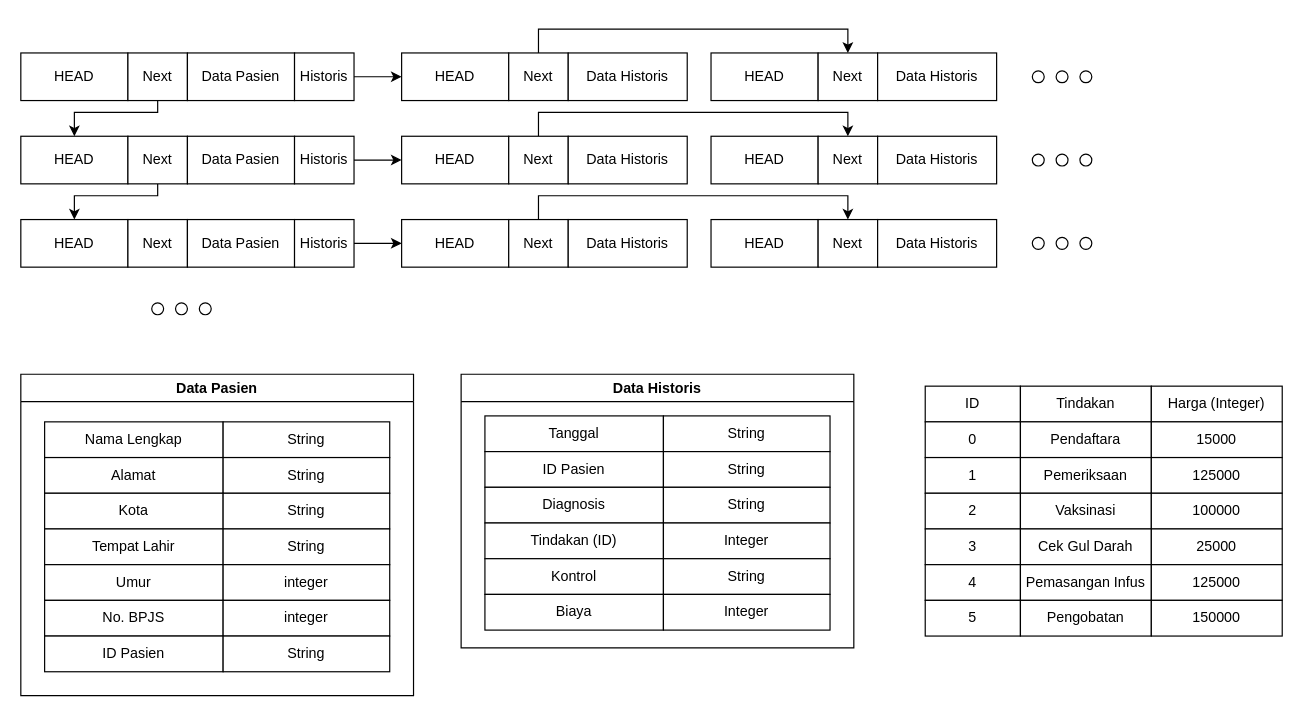
The draw.io diagram doc/Drawio/Data.drawio in farhan-sw/EL2008-TUBES-KELAS-PMC, before the edit. Source tidied: cells renumbered, new cells numbered last; positions are measured from the earlier drawing's top-left corner, leaving out a move shared by most shapes. Both pictures are drawn from the tidied source at 119%, with x=0, y=0 at pixel (20, 52).
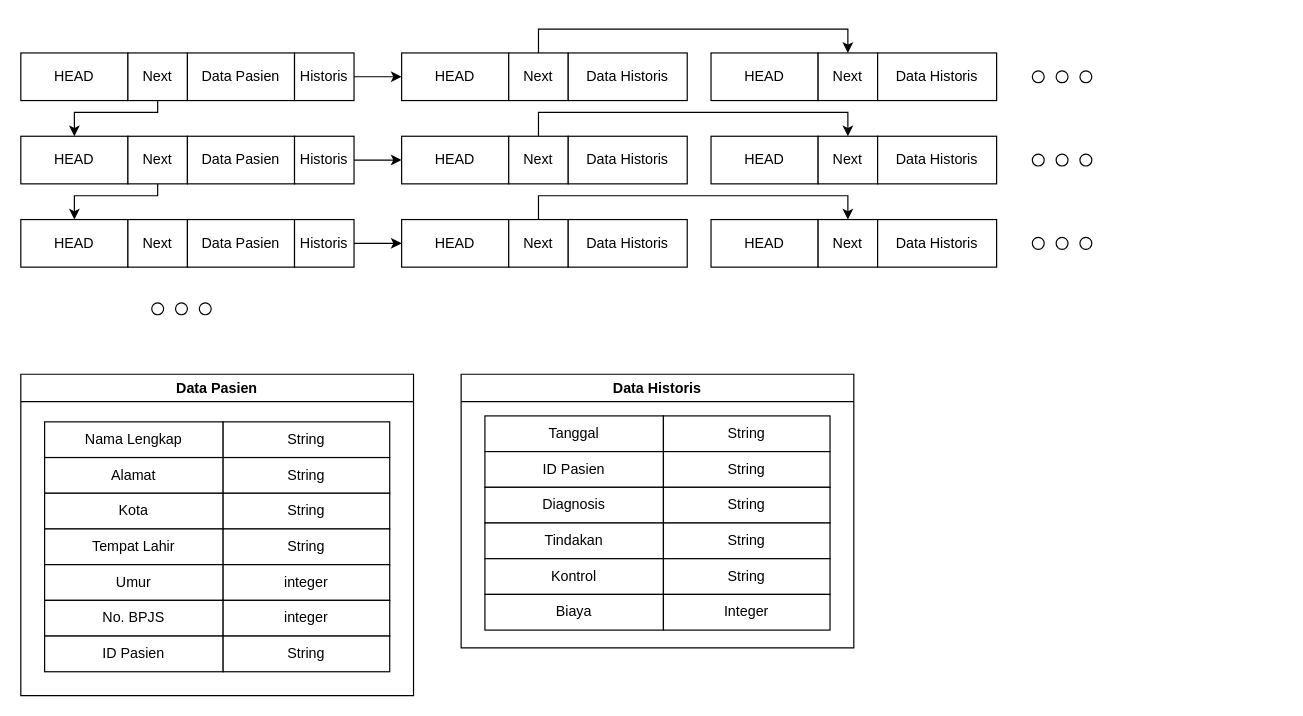
After the change.

Unchanged cells that the change refers to:
```xml
<mxCell id="88" value="Data Historis" style="swimlane;whiteSpace=wrap;html=1;" parent="1" vertex="1">
  <mxGeometry x="370" y="270" width="330" height="230" as="geometry" />
</mxCell>
```

What changed in the source:
```diff
@@
-    <mxCell id="95" value="Tindakan (ID)" style="rounded=0;whiteSpace=wrap;html=1;" parent="88" vertex="1">
+    <mxCell id="95" value="Tindakan" style="rounded=0;whiteSpace=wrap;html=1;" parent="88" vertex="1">
       <mxGeometry x="20" y="125" width="150" height="30" as="geometry" />
     </mxCell>
-    <mxCell id="96" value="Integer" style="rounded=0;whiteSpace=wrap;html=1;" parent="88" vertex="1">
+    <mxCell id="96" value="String" style="rounded=0;whiteSpace=wrap;html=1;" parent="88" vertex="1">
       <mxGeometry x="170" y="125" width="140" height="30" as="geometry" />
     </mxCell>
@@
-    <mxCell id="101" value="ID" style="rounded=0;whiteSpace=wrap;html=1;" parent="1" vertex="1">
-      <mxGeometry x="760" y="280" width="80" height="30" as="geometry" />
-    </mxCell>
-    <mxCell id="102" value="Tindakan" style="rounded=0;whiteSpace=wrap;html=1;" parent="1" vertex="1">
-      <mxGeometry x="840" y="280" width="110" height="30" as="geometry" />
-    </mxCell>
-    <mxCell id="103" value="Harga (Integer)" style="rounded=0;whiteSpace=wrap;html=1;" parent="1" vertex="1">
-      <mxGeometry x="950" y="280" width="110" height="30" as="geometry" />
-    </mxCell>
-    <mxCell id="104" value="0" style="rounded=0;whiteSpace=wrap;html=1;" parent="1" vertex="1">
-      <mxGeometry x="760" y="310" width="80" height="30" as="geometry" />
-    </mxCell>
-    <mxCell id="105" value="Pendaftara" style="rounded=0;whiteSpace=wrap;html=1;" parent="1" vertex="1">
-      <mxGeometry x="840" y="310" width="110" height="30" as="geometry" />
-    </mxCell>
-    <mxCell id="106" value="15000" style="rounded=0;whiteSpace=wrap;html=1;" parent="1" vertex="1">
-      <mxGeometry x="950" y="310" width="110" height="30" as="geometry" />
-    </mxCell>
-    <mxCell id="107" value="1" style="rounded=0;whiteSpace=wrap;html=1;" parent="1" vertex="1">
-      <mxGeometry x="760" y="340" width="80" height="30" as="geometry" />
-    </mxCell>
-    <mxCell id="108" value="Pemeriksaan" style="rounded=0;whiteSpace=wrap;html=1;" parent="1" vertex="1">
-      <mxGeometry x="840" y="340" width="110" height="30" as="geometry" />
-    </mxCell>
-    <mxCell id="109" value="125000" style="rounded=0;whiteSpace=wrap;html=1;" parent="1" vertex="1">
-      <mxGeometry x="950" y="340" width="110" height="30" as="geometry" />
-    </mxCell>
-    <mxCell id="110" value="2" style="rounded=0;whiteSpace=wrap;html=1;" parent="1" vertex="1">
-      <mxGeometry x="760" y="370" width="80" height="30" as="geometry" />
-    </mxCell>
-    <mxCell id="111" value="Vaksinasi" style="rounded=0;whiteSpace=wrap;html=1;" parent="1" vertex="1">
-      <mxGeometry x="840" y="370" width="110" height="30" as="geometry" />
-    </mxCell>
-    <mxCell id="112" value="100000" style="rounded=0;whiteSpace=wrap;html=1;" parent="1" vertex="1">
-      <mxGeometry x="950" y="370" width="110" height="30" as="geometry" />
-    </mxCell>
-    <mxCell id="113" value="3" style="rounded=0;whiteSpace=wrap;html=1;" parent="1" vertex="1">
-      <mxGeometry x="760" y="400" width="80" height="30" as="geometry" />
-    </mxCell>
-    <mxCell id="114" value="Cek Gul Darah" style="rounded=0;whiteSpace=wrap;html=1;" parent="1" vertex="1">
-      <mxGeometry x="840" y="400" width="110" height="30" as="geometry" />
-    </mxCell>
-    <mxCell id="115" value="25000" style="rounded=0;whiteSpace=wrap;html=1;" parent="1" vertex="1">
-      <mxGeometry x="950" y="400" width="110" height="30" as="geometry" />
-    </mxCell>
-    <mxCell id="116" value="4" style="rounded=0;whiteSpace=wrap;html=1;" parent="1" vertex="1">
-      <mxGeometry x="760" y="430" width="80" height="30" as="geometry" />
-    </mxCell>
-    <mxCell id="117" value="Pemasangan Infus" style="rounded=0;whiteSpace=wrap;html=1;" parent="1" vertex="1">
-      <mxGeometry x="840" y="430" width="110" height="30" as="geometry" />
-    </mxCell>
-    <mxCell id="118" value="125000" style="rounded=0;whiteSpace=wrap;html=1;" parent="1" vertex="1">
-      <mxGeometry x="950" y="430" width="110" height="30" as="geometry" />
-    </mxCell>
-    <mxCell id="119" value="5" style="rounded=0;whiteSpace=wrap;html=1;" parent="1" vertex="1">
-      <mxGeometry x="760" y="460" width="80" height="30" as="geometry" />
-    </mxCell>
-    <mxCell id="120" value="Pengobatan" style="rounded=0;whiteSpace=wrap;html=1;" parent="1" vertex="1">
-      <mxGeometry x="840" y="460" width="110" height="30" as="geometry" />
-    </mxCell>
-    <mxCell id="121" value="150000" style="rounded=0;whiteSpace=wrap;html=1;" parent="1" vertex="1">
-      <mxGeometry x="950" y="460" width="110" height="30" as="geometry" />
-    </mxCell>
```
